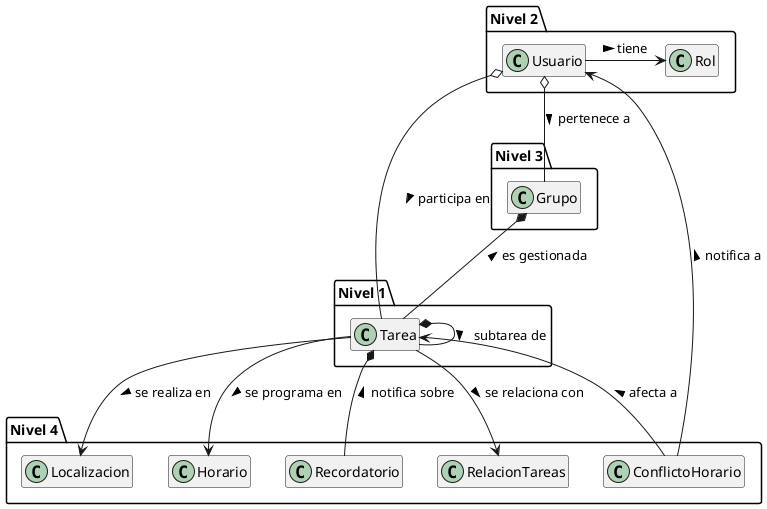
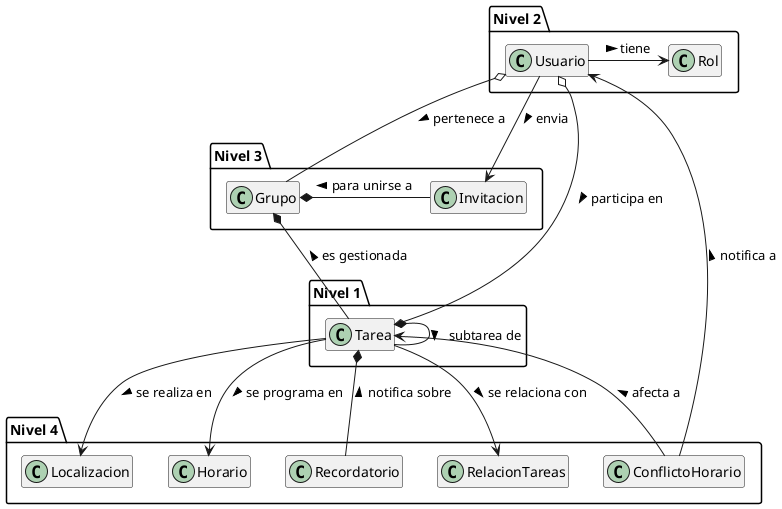
@startuml Diagrama de Clases - Actualizado
top to bottom direction
hide methods
hide attributes
skinparam classAttributeIconSize 0

' Nivel 1: Tarea
package "Nivel 1" {
  class Tarea
}

' Nivel 2: Usuario y Rol
package "Nivel 2" {
  class Usuario
  class Rol
}

' Nivel 3: Grupo
package "Nivel 3" {
  class Grupo
+   class Invitacion
}

' Nivel 4: Resto de clases
package "Nivel 4" {
  class ConflictoHorario
  class Localizacion
  class Horario
  class Recordatorio
  class RelacionTareas
}

' Relaciones principales
Grupo *-- Tarea : es gestionada <
Usuario o-- Tarea : participa en >
Usuario o-- Grupo : pertenece a >
Tarea *-- Tarea : subtarea de >

' NUEVA RELACIÓN: Usuario tiene un Rol
Usuario -right-> Rol : tiene >

+ ' NUEVA RELACIÓN: Usuario envia una Invitacion
+ Usuario --> Invitacion : envia >
+ 
' Relaciones con el resto
Tarea <-- ConflictoHorario : afecta a <
Usuario <-- ConflictoHorario : notifica a <
Tarea --> Localizacion : se realiza en >
Tarea --> Horario : se programa en >
Tarea *-- Recordatorio : notifica sobre <
Tarea --> RelacionTareas : se relaciona con >
+ Invitacion -left-* Grupo : para unirse a >

@enduml